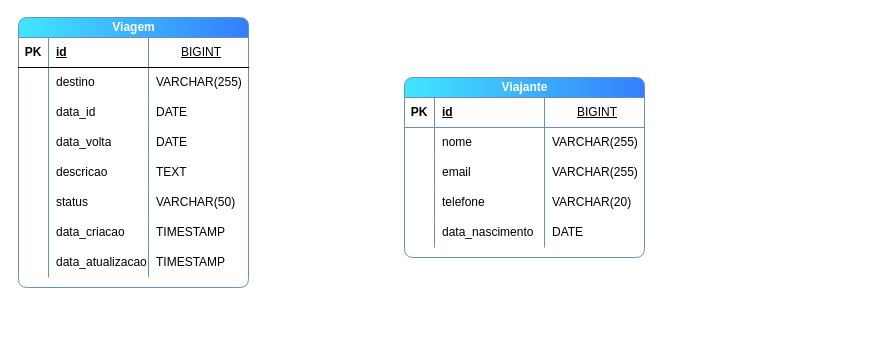
Before: Diagrama sem nome.drawio in LeonardoLazilha/travel-api, a draw.io diagram. Source tidied: cells renumbered, new cells numbered last; positions are measured from the earlier drawing's top-left corner, leaving out a move shared by most shapes. Both pictures are drawn from the tidied source at 100%, with x=0, y=0 at pixel (18, 17).
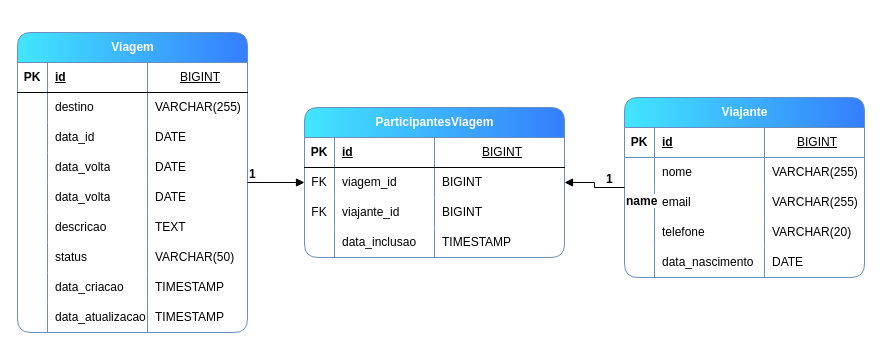
The same page after the edit.

Commit message:
adiciona entidades

The edit, as a diff of the source:
```diff
@@
-    <mxCell id="2" value="&lt;font color=&quot;#ffffff&quot;&gt;Viagem&lt;/font&gt;" style="shape=table;startSize=20;childLayout=tableLayout;rowLines=0;fontStyle=1;align=center;html=1;fillColor=#357EFC;strokeColor=#6c8ebf;gradientColor=#42E6FF;gradientDirection=west;perimeterSpacing=0;rounded=1;swimlaneLine=1;" parent="1" vertex="1">
-      <mxGeometry width="230" height="270" as="geometry" />
+    <mxCell id="2" value="&lt;font color=&quot;#ffffff&quot;&gt;Viagem&lt;/font&gt;" style="shape=table;startSize=30;childLayout=tableLayout;rowLines=0;fontStyle=1;align=center;html=1;fillColor=#357EFC;strokeColor=#6c8ebf;gradientColor=#42E6FF;gradientDirection=west;perimeterSpacing=0;rounded=1;swimlaneLine=1;" parent="1" vertex="1">
+      <mxGeometry x="-1" y="15" width="230" height="300" as="geometry" />
     </mxCell>
     <mxCell id="3" style="shape=tableRow;horizontal=0;startSize=0;swimlaneHead=0;swimlaneBody=0;fillColor=none;top=0;left=0;right=0;bottom=1;" parent="2" vertex="1">
-      <mxGeometry y="20" width="230" height="30" as="geometry" />
+      <mxGeometry y="30" width="230" height="30" as="geometry" />
     </mxCell>
@@
     <mxCell id="7" style="shape=tableRow;horizontal=0;startSize=0;swimlaneHead=0;swimlaneBody=0;fillColor=none;top=0;left=0;right=0;bottom=0;" parent="2" vertex="1">
-      <mxGeometry y="50" width="230" height="30" as="geometry" />
+      <mxGeometry y="60" width="230" height="30" as="geometry" />
     </mxCell>
@@
     <mxCell id="11" style="shape=tableRow;horizontal=0;startSize=0;swimlaneHead=0;swimlaneBody=0;fillColor=none;top=0;left=0;right=0;bottom=0;" parent="2" vertex="1">
-      <mxGeometry y="80" width="230" height="30" as="geometry" />
+      <mxGeometry y="90" width="230" height="30" as="geometry" />
     </mxCell>
@@
     <mxCell id="15" style="shape=tableRow;horizontal=0;startSize=0;swimlaneHead=0;swimlaneBody=0;fillColor=none;top=0;left=0;right=0;bottom=0;" parent="2" vertex="1">
-      <mxGeometry y="110" width="230" height="30" as="geometry" />
+      <mxGeometry y="120" width="230" height="30" as="geometry" />
     </mxCell>
@@
+    <mxCell id="56" style="shape=tableRow;horizontal=0;startSize=0;swimlaneHead=0;swimlaneBody=0;fillColor=none;top=0;left=0;right=0;bottom=0;" parent="2" vertex="1">
+      <mxGeometry y="150" width="230" height="30" as="geometry" />
+    </mxCell>
+    <mxCell id="57" style="shape=partialRectangle;fillColor=none;top=0;left=0;bottom=0;right=0;overflow=hidden;whiteSpace=wrap;html=1;" parent="56" vertex="1">
+      <mxGeometry width="30" height="30" as="geometry" />
+    </mxCell>
+    <mxCell id="58" value="data_volta" style="shape=partialRectangle;fillColor=none;top=0;left=0;bottom=0;right=0;align=left;spacingLeft=6;overflow=hidden;whiteSpace=wrap;html=1;" parent="56" vertex="1">
+      <mxGeometry x="30" width="100" height="30" as="geometry" />
+    </mxCell>
+    <mxCell id="59" value="DATE" style="shape=partialRectangle;fillColor=none;top=0;left=0;bottom=0;right=0;align=left;spacingLeft=6;overflow=hidden;whiteSpace=wrap;html=1;" parent="56" vertex="1">
+      <mxGeometry x="130" width="100" height="30" as="geometry" />
+    </mxCell>
     <mxCell id="19" style="shape=tableRow;horizontal=0;startSize=0;swimlaneHead=0;swimlaneBody=0;fillColor=none;top=0;left=0;right=0;bottom=0;" parent="2" vertex="1">
-      <mxGeometry y="140" width="230" height="30" as="geometry" />
+      <mxGeometry y="180" width="230" height="30" as="geometry" />
     </mxCell>
@@
     <mxCell id="23" style="shape=tableRow;horizontal=0;startSize=0;swimlaneHead=0;swimlaneBody=0;fillColor=none;top=0;left=0;right=0;bottom=0;" parent="2" vertex="1">
-      <mxGeometry y="170" width="230" height="30" as="geometry" />
+      <mxGeometry y="210" width="230" height="30" as="geometry" />
     </mxCell>
@@
     <mxCell id="27" style="shape=tableRow;horizontal=0;startSize=0;swimlaneHead=0;swimlaneBody=0;fillColor=none;top=0;left=0;right=0;bottom=0;" parent="2" vertex="1">
-      <mxGeometry y="200" width="230" height="30" as="geometry" />
+      <mxGeometry y="240" width="230" height="30" as="geometry" />
     </mxCell>
@@
     <mxCell id="31" style="shape=tableRow;horizontal=0;startSize=0;swimlaneHead=0;swimlaneBody=0;fillColor=none;top=0;left=0;right=0;bottom=0;" parent="2" vertex="1">
-      <mxGeometry y="230" width="230" height="30" as="geometry" />
+      <mxGeometry y="270" width="230" height="30" as="geometry" />
     </mxCell>
@@
-    <mxCell id="35" value="&lt;font color=&quot;#ffffff&quot;&gt;Viajante&lt;/font&gt;" style="shape=table;startSize=20;childLayout=tableLayout;rowLines=0;fontStyle=1;align=center;html=1;rounded=1;strokeColor=#6c8ebf;verticalAlign=middle;fontFamily=Helvetica;fontSize=12;fontColor=default;fillColor=#357EFC;gradientColor=#42E6FF;gradientDirection=west;" parent="1" vertex="1">
-      <mxGeometry x="386" y="60" width="240" height="180" as="geometry" />
+    <mxCell id="35" value="&lt;font color=&quot;#ffffff&quot;&gt;Viajante&lt;/font&gt;" style="shape=table;startSize=30;childLayout=tableLayout;rowLines=0;fontStyle=1;align=center;html=1;rounded=1;strokeColor=#6c8ebf;verticalAlign=middle;fontFamily=Helvetica;fontSize=12;fontColor=default;fillColor=#357EFC;gradientColor=#42E6FF;gradientDirection=west;" parent="1" vertex="1">
+      <mxGeometry x="606" y="80" width="240" height="180" as="geometry" />
     </mxCell>
     <mxCell id="36" style="shape=tableRow;horizontal=0;startSize=0;swimlaneHead=0;swimlaneBody=0;fillColor=none;top=0;left=0;right=0;bottom=1;rounded=1;strokeColor=#6c8ebf;align=center;verticalAlign=middle;fontFamily=Helvetica;fontSize=12;fontColor=default;fontStyle=1;" parent="35" vertex="1">
-      <mxGeometry y="20" width="240" height="30" as="geometry" />
+      <mxGeometry y="30" width="240" height="30" as="geometry" />
     </mxCell>
@@
     <mxCell id="40" style="shape=tableRow;horizontal=0;startSize=0;swimlaneHead=0;swimlaneBody=0;fillColor=none;top=0;left=0;right=0;bottom=0;rounded=1;strokeColor=#6c8ebf;align=center;verticalAlign=middle;fontFamily=Helvetica;fontSize=12;fontColor=default;fontStyle=1;" parent="35" vertex="1">
-      <mxGeometry y="50" width="240" height="30" as="geometry" />
+      <mxGeometry y="60" width="240" height="30" as="geometry" />
     </mxCell>
@@
     <mxCell id="44" style="shape=tableRow;horizontal=0;startSize=0;swimlaneHead=0;swimlaneBody=0;fillColor=none;top=0;left=0;right=0;bottom=0;rounded=1;strokeColor=#6c8ebf;align=center;verticalAlign=middle;fontFamily=Helvetica;fontSize=12;fontColor=default;fontStyle=1;" parent="35" vertex="1">
-      <mxGeometry y="80" width="240" height="30" as="geometry" />
+      <mxGeometry y="90" width="240" height="30" as="geometry" />
     </mxCell>
@@
     <mxCell id="48" style="shape=tableRow;horizontal=0;startSize=0;swimlaneHead=0;swimlaneBody=0;fillColor=none;top=0;left=0;right=0;bottom=0;rounded=1;strokeColor=#6c8ebf;align=center;verticalAlign=middle;fontFamily=Helvetica;fontSize=12;fontColor=default;fontStyle=1;" parent="35" vertex="1">
-      <mxGeometry y="110" width="240" height="30" as="geometry" />
+      <mxGeometry y="120" width="240" height="30" as="geometry" />
     </mxCell>
@@
     <mxCell id="52" style="shape=tableRow;horizontal=0;startSize=0;swimlaneHead=0;swimlaneBody=0;fillColor=none;top=0;left=0;right=0;bottom=0;rounded=1;strokeColor=#6c8ebf;align=center;verticalAlign=middle;fontFamily=Helvetica;fontSize=12;fontColor=default;fontStyle=1;" parent="35" vertex="1">
-      <mxGeometry y="140" width="240" height="30" as="geometry" />
+      <mxGeometry y="150" width="240" height="30" as="geometry" />
     </mxCell>
@@
+    <mxCell id="60" value="&lt;font color=&quot;#ffffff&quot;&gt;ParticipantesViagem&lt;/font&gt;" style="shape=table;startSize=30;childLayout=tableLayout;rowLines=0;fontStyle=1;align=center;html=1;fillColor=#357EFC;strokeColor=#6c8ebf;gradientColor=#42E6FF;gradientDirection=west;perimeterSpacing=0;rounded=1;swimlaneLine=1;" parent="1" vertex="1">
+      <mxGeometry x="286" y="90" width="260" height="150" as="geometry" />
+    </mxCell>
+    <mxCell id="61" style="shape=tableRow;horizontal=0;startSize=0;swimlaneHead=0;swimlaneBody=0;fillColor=none;top=0;left=0;right=0;bottom=1;" parent="60" vertex="1">
+      <mxGeometry y="30" width="260" height="30" as="geometry" />
+    </mxCell>
+    <mxCell id="62" value="PK" style="shape=partialRectangle;fillColor=none;top=0;left=0;bottom=0;right=0;fontStyle=1;overflow=hidden;whiteSpace=wrap;html=1;" parent="61" vertex="1">
+      <mxGeometry width="30" height="30" as="geometry" />
+    </mxCell>
+    <mxCell id="63" value="id" style="shape=partialRectangle;fillColor=none;top=0;left=0;bottom=0;right=0;align=left;spacingLeft=6;fontStyle=5;overflow=hidden;whiteSpace=wrap;html=1;" parent="61" vertex="1">
+      <mxGeometry x="30" width="100" height="30" as="geometry" />
+    </mxCell>
+    <mxCell id="64" value="&lt;span style=&quot;font-weight: normal;&quot;&gt;BIGINT&lt;/span&gt;" style="shape=partialRectangle;fillColor=none;top=0;left=0;bottom=0;right=0;align=center;spacingLeft=6;fontStyle=5;overflow=hidden;whiteSpace=wrap;html=1;" parent="61" vertex="1">
+      <mxGeometry x="130" width="130" height="30" as="geometry" />
+    </mxCell>
+    <mxCell id="65" style="shape=tableRow;horizontal=0;startSize=0;swimlaneHead=0;swimlaneBody=0;fillColor=none;top=0;left=0;right=0;bottom=0;" parent="60" vertex="1">
+      <mxGeometry y="60" width="260" height="30" as="geometry" />
+    </mxCell>
+    <mxCell id="66" value="FK" style="shape=partialRectangle;fillColor=none;top=0;left=0;bottom=0;right=0;overflow=hidden;whiteSpace=wrap;html=1;" parent="65" vertex="1">
+      <mxGeometry width="30" height="30" as="geometry" />
+    </mxCell>
+    <mxCell id="67" value="viagem_id" style="shape=partialRectangle;fillColor=none;top=0;left=0;bottom=0;right=0;align=left;spacingLeft=6;overflow=hidden;whiteSpace=wrap;html=1;" parent="65" vertex="1">
+      <mxGeometry x="30" width="100" height="30" as="geometry" />
+    </mxCell>
+    <mxCell id="68" value="BIGINT" style="shape=partialRectangle;fillColor=none;top=0;left=0;bottom=0;right=0;align=left;spacingLeft=6;overflow=hidden;whiteSpace=wrap;html=1;" parent="65" vertex="1">
+      <mxGeometry x="130" width="130" height="30" as="geometry" />
+    </mxCell>
+    <mxCell id="69" style="shape=tableRow;horizontal=0;startSize=0;swimlaneHead=0;swimlaneBody=0;fillColor=none;top=0;left=0;right=0;bottom=0;" parent="60" vertex="1">
+      <mxGeometry y="90" width="260" height="30" as="geometry" />
+    </mxCell>
+    <mxCell id="70" value="FK" style="shape=partialRectangle;fillColor=none;top=0;left=0;bottom=0;right=0;overflow=hidden;whiteSpace=wrap;html=1;" parent="69" vertex="1">
+      <mxGeometry width="30" height="30" as="geometry" />
+    </mxCell>
+    <mxCell id="71" value="viajante_id" style="shape=partialRectangle;fillColor=none;top=0;left=0;bottom=0;right=0;align=left;spacingLeft=6;overflow=hidden;whiteSpace=wrap;html=1;" parent="69" vertex="1">
+      <mxGeometry x="30" width="100" height="30" as="geometry" />
+    </mxCell>
+    <mxCell id="72" value="BIGINT" style="shape=partialRectangle;fillColor=none;top=0;left=0;bottom=0;right=0;align=left;spacingLeft=6;overflow=hidden;whiteSpace=wrap;html=1;" parent="69" vertex="1">
+      <mxGeometry x="130" width="130" height="30" as="geometry" />
+    </mxCell>
+    <mxCell id="73" style="shape=tableRow;horizontal=0;startSize=0;swimlaneHead=0;swimlaneBody=0;fillColor=none;top=0;left=0;right=0;bottom=0;" parent="60" vertex="1">
+      <mxGeometry y="120" width="260" height="30" as="geometry" />
+    </mxCell>
+    <mxCell id="74" style="shape=partialRectangle;fillColor=none;top=0;left=0;bottom=0;right=0;overflow=hidden;whiteSpace=wrap;html=1;" parent="73" vertex="1">
+      <mxGeometry width="30" height="30" as="geometry" />
+    </mxCell>
+    <mxCell id="75" value="data_inclusao" style="shape=partialRectangle;fillColor=none;top=0;left=0;bottom=0;right=0;align=left;spacingLeft=6;overflow=hidden;whiteSpace=wrap;html=1;" parent="73" vertex="1">
+      <mxGeometry x="30" width="100" height="30" as="geometry" />
+    </mxCell>
+    <mxCell id="76" value="TIMESTAMP" style="shape=partialRectangle;fillColor=none;top=0;left=0;bottom=0;right=0;align=left;spacingLeft=6;overflow=hidden;whiteSpace=wrap;html=1;" parent="73" vertex="1">
+      <mxGeometry x="130" width="130" height="30" as="geometry" />
+    </mxCell>
+    <mxCell id="77" style="endArrow=block;endFill=1;html=1;edgeStyle=orthogonalEdgeStyle;align=left;verticalAlign=top;rounded=0;fontFamily=Helvetica;fontSize=12;fontColor=default;fontStyle=1;" parent="1" edge="1" source="2" target="60">
+      <mxGeometry x="-1" relative="1" as="geometry" />
+    </mxCell>
+    <mxCell id="78" value="1" style="edgeLabel;html=1;align=left;verticalAlign=bottom;rounded=1;strokeColor=#6c8ebf;fontFamily=Helvetica;fontSize=12;fontColor=default;fontStyle=1;fillColor=#357EFC;gradientColor=#42E6FF;gradientDirection=west;" parent="77" vertex="1">
+      <mxGeometry x="-1" relative="1" as="geometry" />
+    </mxCell>
+    <mxCell id="79" value="name" style="endArrow=block;endFill=1;html=1;edgeStyle=orthogonalEdgeStyle;align=left;verticalAlign=top;rounded=0;fontFamily=Helvetica;fontSize=12;fontColor=default;fontStyle=1;" parent="1" edge="1" source="35" target="60">
+      <mxGeometry x="-1" relative="1" as="geometry" />
+    </mxCell>
+    <mxCell id="80" value="1" style="edgeLabel;html=1;align=left;verticalAlign=bottom;rounded=1;strokeColor=#6c8ebf;fontFamily=Helvetica;fontSize=12;fontColor=default;fontStyle=1;fillColor=#357EFC;gradientColor=#42E6FF;gradientDirection=west;" parent="79" vertex="1">
+      <mxGeometry x="-1" relative="1" as="geometry">
+        <mxPoint x="-20" as="offset" />
+      </mxGeometry>
+    </mxCell>
```
